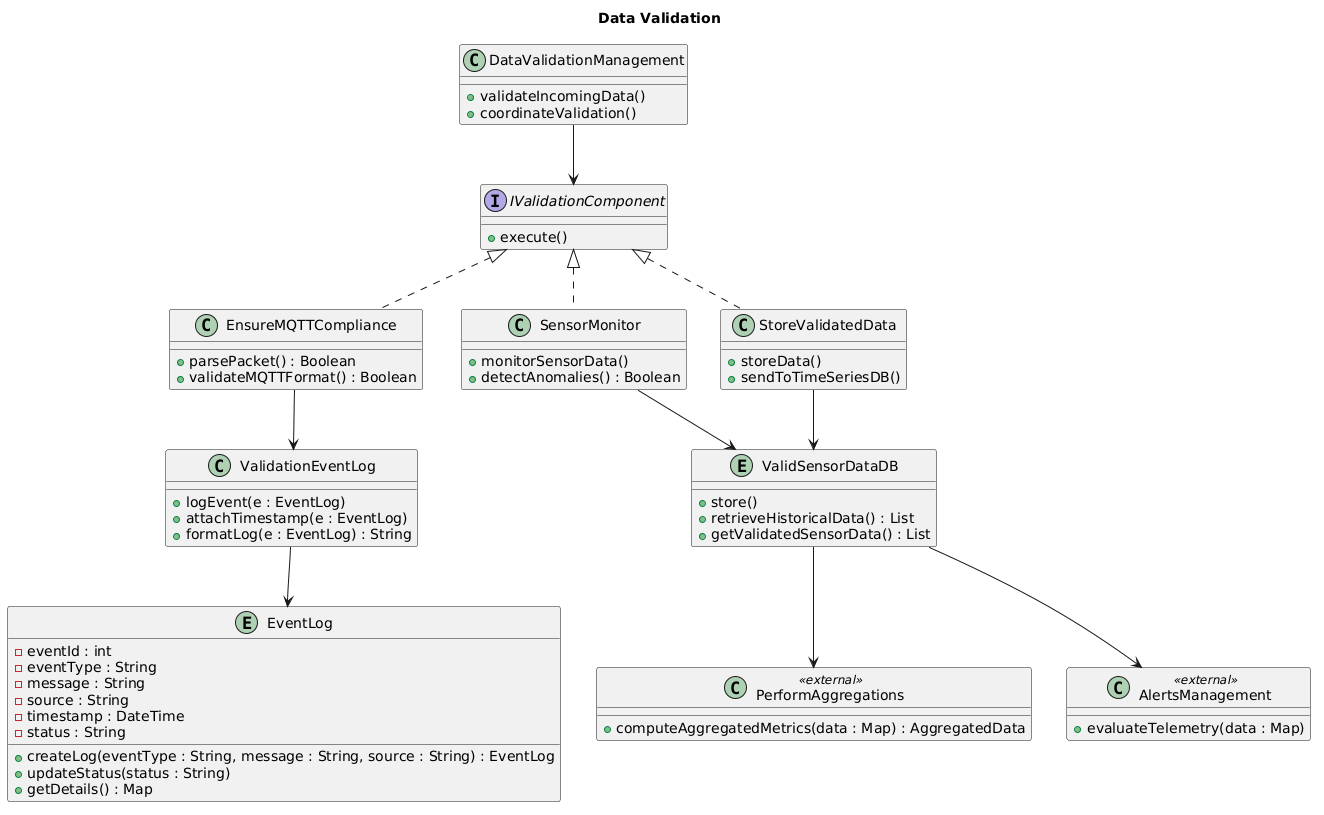
harmanpreet-sagar/SFWRENG-3A04-Group6-T01 keeps this PlantUML diagram as docs/diagrams/compiled/class/Data_Validation_Class_Diagram.png. Above is the earlier version.
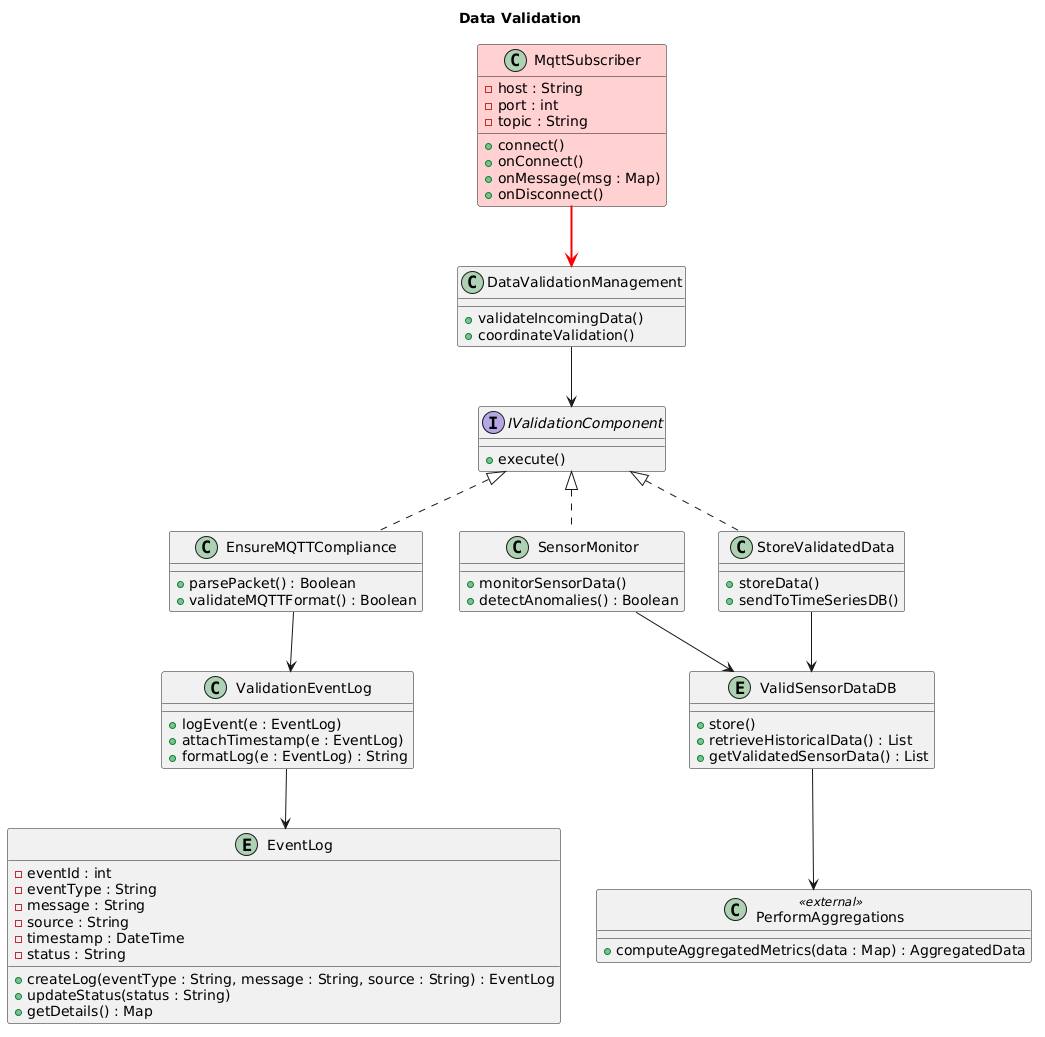
Above is the later version.

Change to the diagram source:
```diff
@@ -5,8 +5,14 @@
   +computeAggregatedMetrics(data : Map) : AggregatedData
 }
 
-class AlertsManagement <<external>> {
-  +evaluateTelemetry(data : Map)
+class MqttSubscriber #FFD0D0 {
+  -host : String
+  -port : int
+  -topic : String
+  +connect()
+  +onConnect()
+  +onMessage(msg : Map)
+  +onDisconnect()
 }
 
 interface IValidationComponent {
@@ -58,8 +64,8 @@
 }
 
 ValidSensorDataDB --> PerformAggregations
-ValidSensorDataDB --> AlertsManagement
 
+MqttSubscriber           -[#red,bold]-> DataValidationManagement
 IValidationComponent     <|.. EnsureMQTTCompliance
 IValidationComponent     <|.. SensorMonitor
 IValidationComponent     <|.. StoreValidatedData
```
